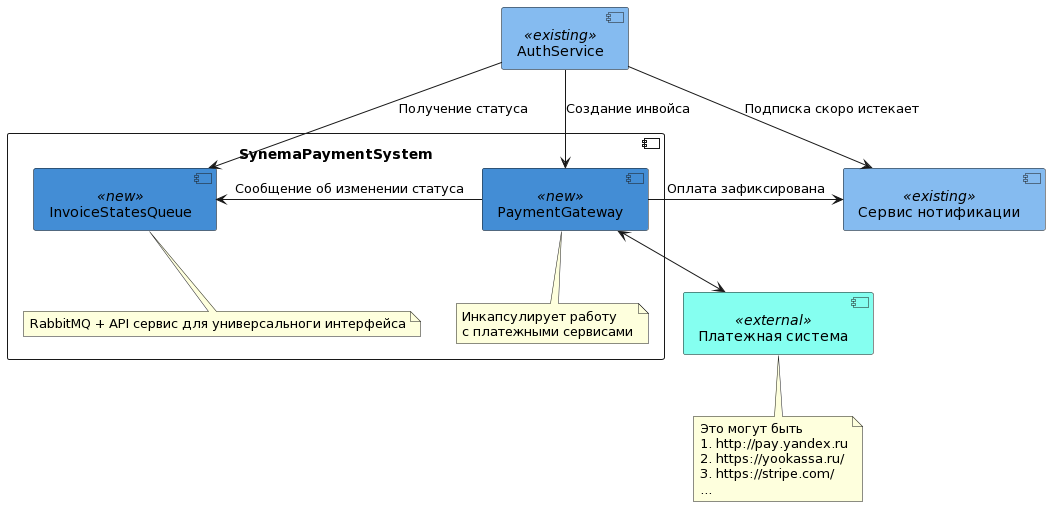
The PlantUML diagram docs/C4_lvl2.png in YauheniKr/graduate_work, before a commit.
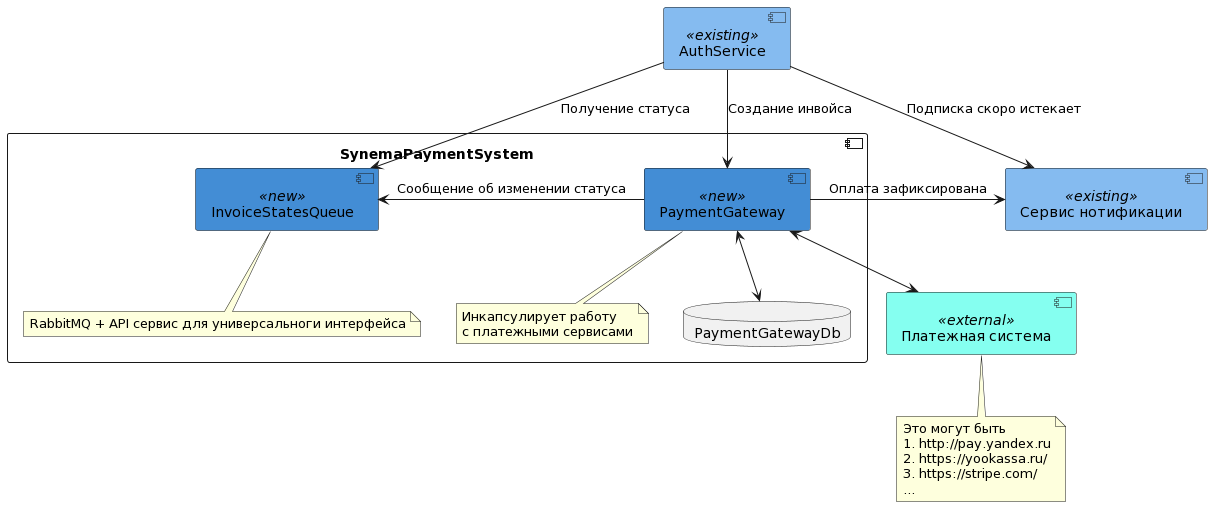
Above is the later version.

Commit message:
feat: add gateway DB to C4 lvk 2

The edit, as a diff of the source:
```diff
@@ -13,6 +13,9 @@
         Инкапсулирует работу
         с платежными сервисами
     end note
+
+    database PaymentGatewayDb
+    PaymentGateway <--> PaymentGatewayDb
 
     component InvoiceStatesQueue <<new>>
     note bottom of InvoiceStatesQueue
```
